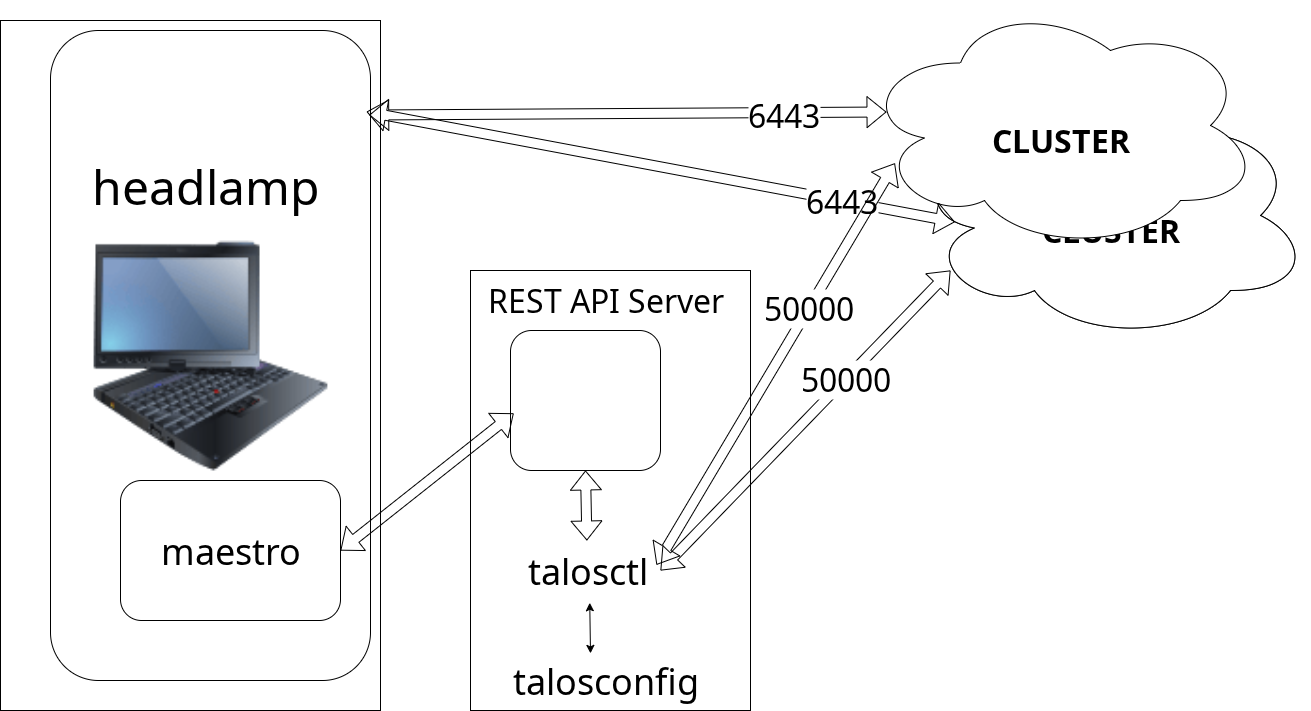
The draw.io diagram plugin/maestro/Images/rest.drawio.png in alt-cloud/maestro, before a commit. Source tidied: cells renumbered, new cells last; positions are measured from the earlier drawing's top-left corner, leaving out a move shared by most shapes.
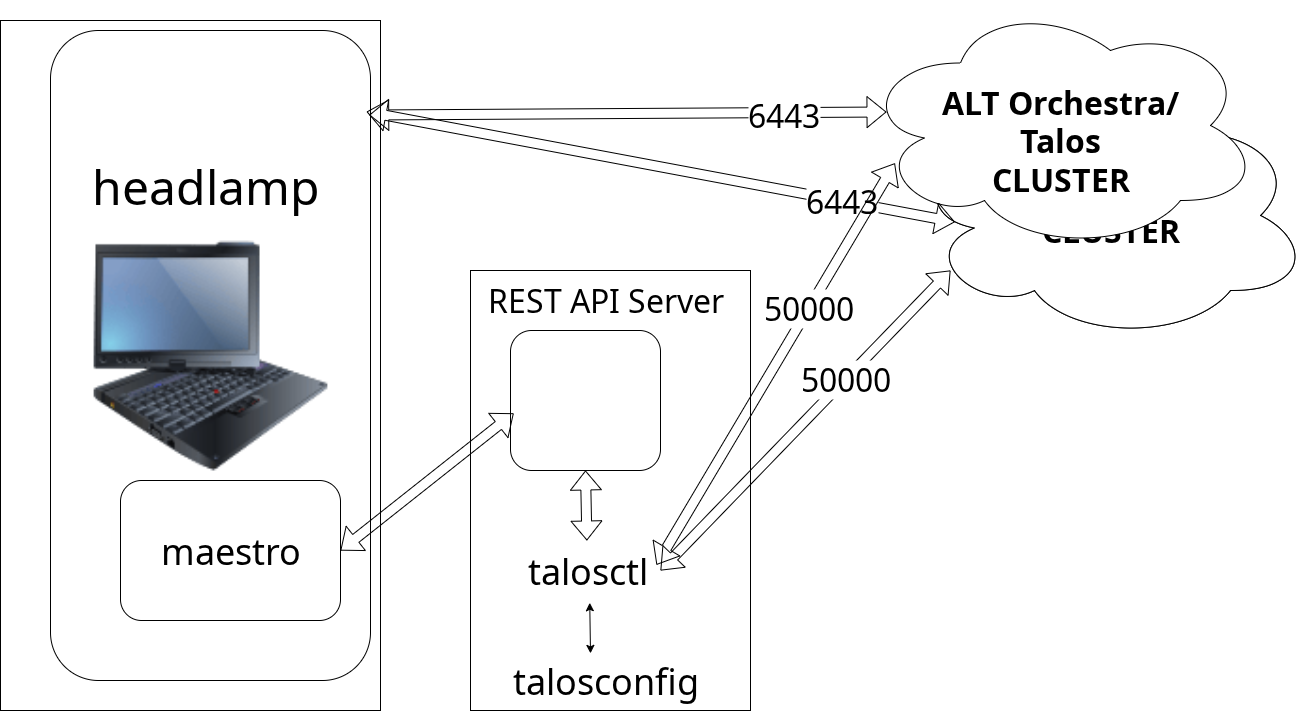
After the change.

What changed in the source:
```diff
@@ -58,7 +58,7 @@
     <mxCell id="19" style="ellipse;shape=cloud;whiteSpace=wrap;html=1;" parent="1" vertex="1">
       <mxGeometry x="860" width="400" height="250" as="geometry" />
     </mxCell>
-    <mxCell id="20" value="&lt;font style=&quot;font-size: 32px;&quot;&gt;&lt;b&gt;CLUSTER&lt;/b&gt;&lt;/font&gt;" style="text;html=1;align=center;verticalAlign=middle;whiteSpace=wrap;rounded=0;" parent="1" vertex="1">
+    <mxCell id="20" value="&lt;font style=&quot;font-size: 32px;&quot;&gt;&lt;b&gt;ALT Orchestra/&lt;br&gt;Talos&lt;br&gt;CLUSTER&lt;/b&gt;&lt;/font&gt;" style="text;html=1;align=center;verticalAlign=middle;whiteSpace=wrap;rounded=0;" parent="1" vertex="1">
       <mxGeometry x="925" y="80" width="270" height="120" as="geometry" />
     </mxCell>
     <mxCell id="21" style="shape=flexArrow;endArrow=classic;startArrow=classic;html=1;rounded=0;entryX=0.065;entryY=0.446;entryDx=0;entryDy=0;entryPerimeter=0;exitX=0.996;exitY=0.13;exitDx=0;exitDy=0;exitPerimeter=0;" parent="1" edge="1" source="6" target="19">
```
